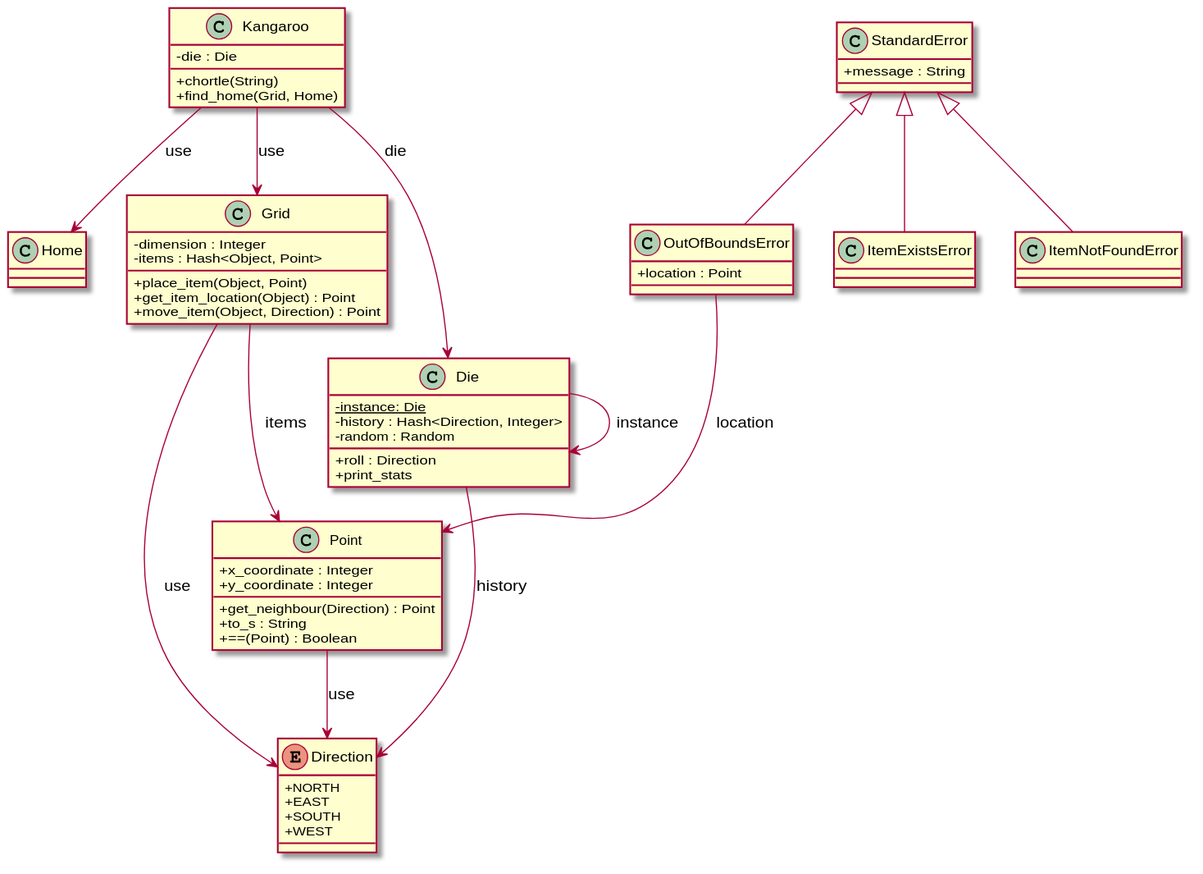
jaaufauvre/will-skippy-get-home keeps this PlantUML diagram as uml/skippy-plantuml.svg. Above is the earlier version.
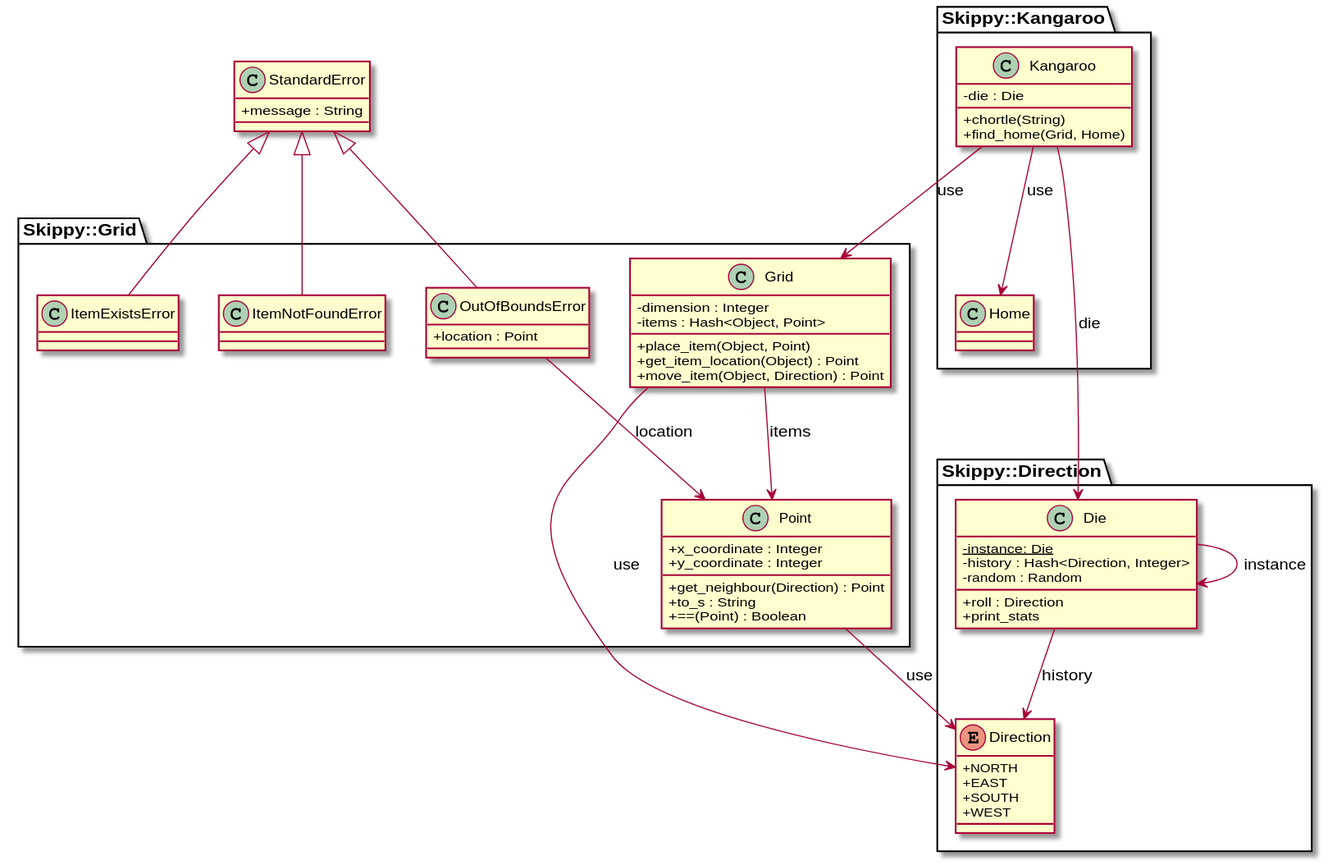
Later version of the same file.

What changed in the source:
```diff
@@ -1,67 +1,79 @@
 @startuml
 skinparam classAttributeIconSize 0
 
-class "Die" {
-  {field} {static} -instance: Die
-  {field} -history : Hash<Direction, Integer>
-  {field} -random : Random
-  {method} +roll : Direction
-  {method} +print_stats
-}
-
-enum "Direction" {
-  {field} +NORTH
-  {field} +EAST
-  {field} +SOUTH
-  {field} +WEST
-}
-
-class "Grid" {
-  {field} -dimension : Integer
-  {field} -items : Hash<Object, Point>
-  {method} +place_item(Object, Point)
-  {method} +get_item_location(Object) : Point
-  {method} +move_item(Object, Direction) : Point
-}
-
-class "StandardError" {
+class StandardError {
   {field} +message : String
 }
 
-class "Home"
+StandardError <|-- Skippy::Grid.ItemExistsError
+StandardError <|-- Skippy::Grid.ItemNotFoundError
+StandardError <|-- Skippy::Grid.OutOfBoundsError
 
-class "ItemExistsError"
+namespace Skippy::Kangaroo {
 
-class "ItemNotFoundError"
+    class Home
 
-class "Kangaroo" {
-  {field} -die : Die
-  {method} +chortle(String)
-  {method} +find_home(Grid, Home)
+    class Kangaroo {
+      {field} -die : Die
+      {method} +chortle(String)
+      {method} +find_home(Grid, Home)
+    }
+
+    Kangaroo --> Skippy::Direction.Die : die
+    Kangaroo --> Skippy::Grid.Grid : use
+    Kangaroo --> Home : use
 }
 
-class "OutOfBoundsError" {
-  {field} +location : Point
+namespace Skippy::Direction {
+
+    class Die {
+      {field} {static} -instance: Die
+      {field} -history : Hash<Direction, Integer>
+      {field} -random : Random
+      {method} +roll : Direction
+      {method} +print_stats
+    }
+
+    enum Direction {
+      {field} +NORTH
+      {field} +EAST
+      {field} +SOUTH
+      {field} +WEST
+    }
+
+    Die --> Die : instance
+    Die --> Direction : history
 }
 
-class "Point" {
-  {field} +x_coordinate : Integer
-  {field} +y_coordinate : Integer
-  {method} +get_neighbour(Direction) : Point
-  {method} +to_s : String
-  {method} +==(Point) : Boolean
+namespace Skippy::Grid {
+
+    class Grid {
+      {field} -dimension : Integer
+      {field} -items : Hash<Object, Point>
+      {method} +place_item(Object, Point)
+      {method} +get_item_location(Object) : Point
+      {method} +move_item(Object, Direction) : Point
+    }
+
+    class Point {
+      {field} +x_coordinate : Integer
+      {field} +y_coordinate : Integer
+      {method} +get_neighbour(Direction) : Point
+      {method} +to_s : String
+      {method} +==(Point) : Boolean
+    }
+
+    class ItemExistsError
+
+    class ItemNotFoundError
+
+    class OutOfBoundsError {
+      {field} +location : Point
+    }
+
+    Grid --> Skippy::Direction.Direction : use
+    OutOfBoundsError --> Point : location
+    Grid --> Point : items
+    Point --> Skippy::Direction.Direction : use
 }
-
-"Die" --> "Die" : instance
-"Die" --> "Direction" : history
-"Grid" --> "Direction" : use
-"StandardError" <|-- "ItemExistsError"
-"StandardError" <|-- "ItemNotFoundError"
-"StandardError" <|-- "OutOfBoundsError"
-"Grid" --> "Point" : items
-"Kangaroo" --> "Die" : die
-"Kangaroo" --> "Grid" : use
-"Kangaroo" --> "Home" : use
-"OutOfBoundsError" --> "Point" : location
-"Point" --> "Direction" : use
 @enduml
```
